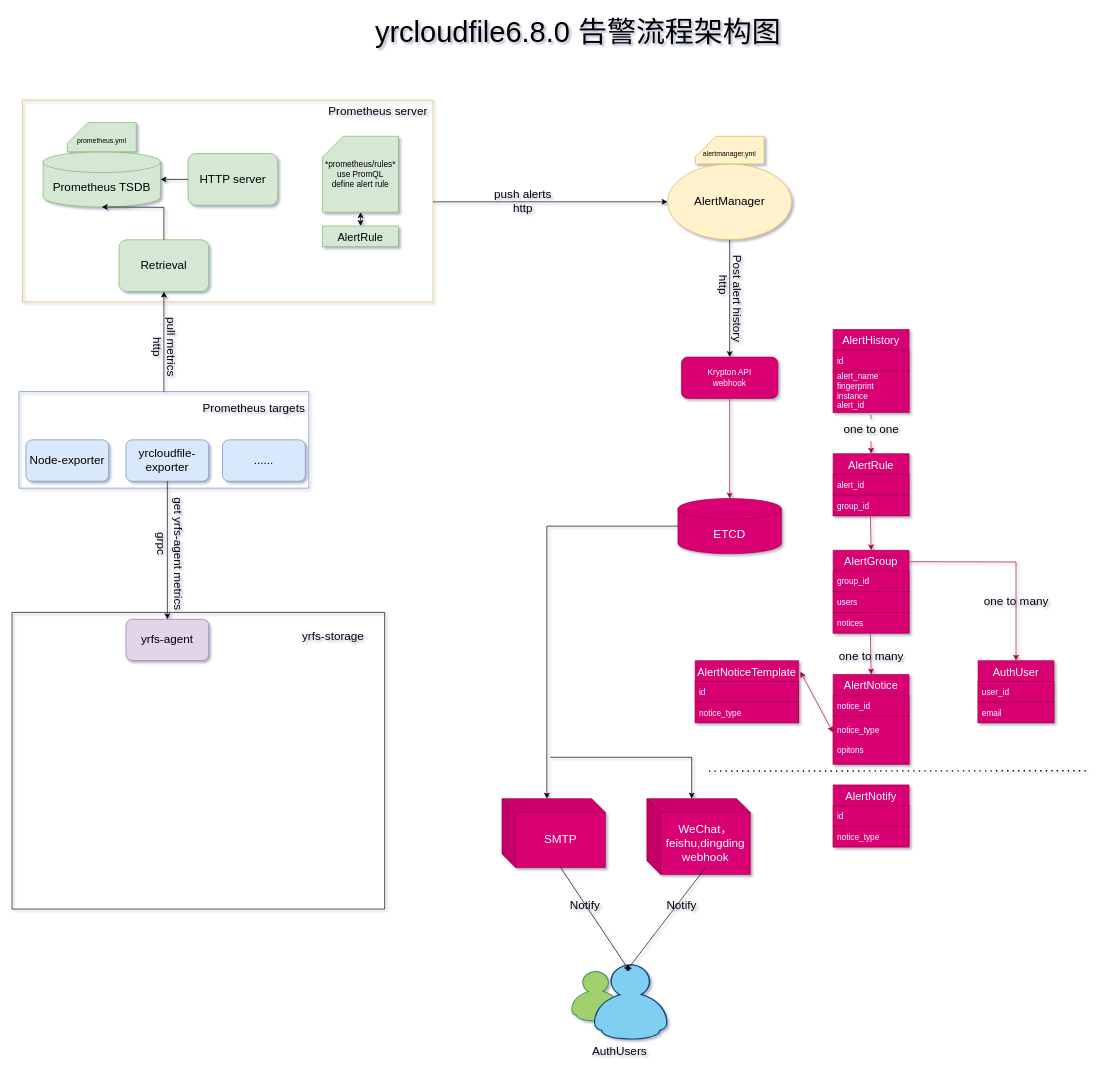
This is Prometheus-Alert-Notify.drawio from yihezhou/diagrams, a draw.io file, before an edit. Source tidied: cells renumbered, new cells numbered last; positions are measured from the earlier drawing's top-left corner, leaving out a move shared by most shapes. Both pictures are drawn from the tidied source at 69%, with x=0, y=0 at pixel (12, 12).
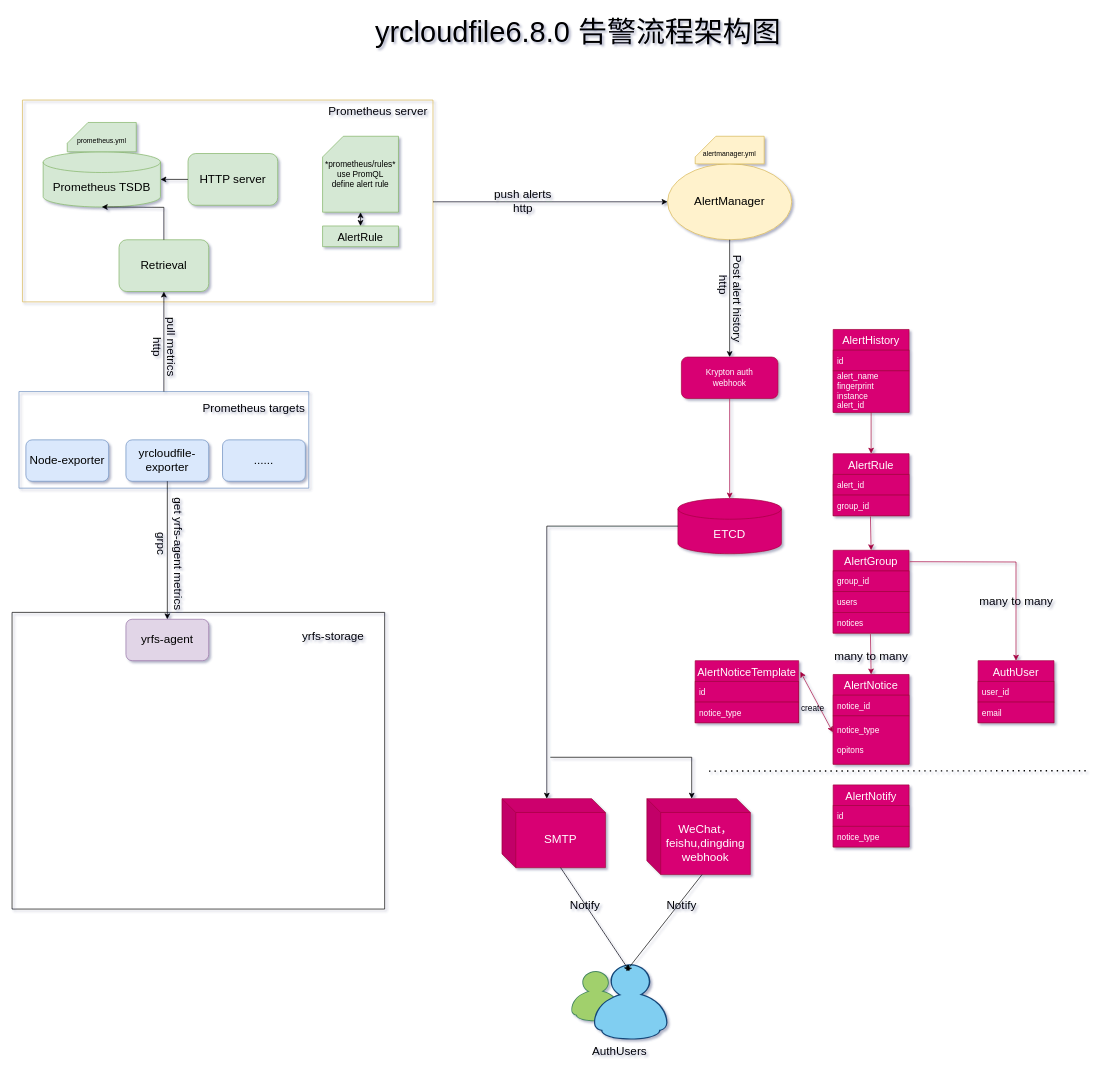
Above is the later version.

The change refers to these unchanged cells:
```xml
<mxCell id="18" value="AlertRule" style="swimlane;fontStyle=0;horizontal=1;startSize=30;fontSize=16;fillColor=#d80073;fontColor=#ffffff;strokeColor=#A50040;" parent="1" vertex="1">
  <mxGeometry x="1190" y="640" width="110" height="90" as="geometry" />
</mxCell>
<mxCell id="63" value="AlertHistory" style="swimlane;fontStyle=0;horizontal=1;startSize=30;fontSize=16;fillColor=#d80073;fontColor=#ffffff;strokeColor=#A50040;" parent="1" vertex="1">
  <mxGeometry x="1190" y="460" width="110" height="120" as="geometry" />
</mxCell>
<mxCell id="65" value="alert_name&#10;fingerprint&#10;instance&#10;alert_id&#10;" style="text;strokeColor=#A50040;fillColor=#d80073;align=left;verticalAlign=middle;spacingLeft=4;spacingRight=4;overflow=hidden;points=[[0,0.5],[1,0.5]];portConstraint=eastwest;fontSize=12;fontColor=#ffffff;" parent="63" vertex="1">
  <mxGeometry y="60" width="110" height="60" as="geometry" />
</mxCell>
<mxCell id="76" value="WeChat，feishu,dingding&lt;br&gt;webhook" style="shape=cube;whiteSpace=wrap;html=1;boundedLbl=1;backgroundOutline=1;darkOpacity=0.05;darkOpacity2=0.1;fontSize=17;fillColor=#d80073;fontColor=#ffffff;strokeColor=#A50040;" parent="1" vertex="1">
  <mxGeometry x="920" y="1140" width="150" height="110" as="geometry" />
</mxCell>
```

Change to the diagram source:
```diff
@@
-    <mxCell id="25" value="Krypton API&lt;br&gt;webhook" style="rounded=1;whiteSpace=wrap;html=1;fontSize=12;fillColor=#d80073;fontColor=#ffffff;strokeColor=#A50040;" parent="1" vertex="1">
+    <mxCell id="25" value="Krypton auth&lt;br&gt;webhook" style="rounded=1;whiteSpace=wrap;html=1;fontSize=12;fillColor=#d80073;fontColor=#ffffff;strokeColor=#A50040;" parent="1" vertex="1">
       <mxGeometry x="970" y="500" width="140" height="60" as="geometry" />
     </mxCell>
@@
-    <mxCell id="53" value="one to many" style="text;html=1;align=center;verticalAlign=middle;fontSize=17;" parent="1" vertex="1">
-      <mxGeometry x="1190" y="920" width="110" height="30" as="geometry" />
+    <mxCell id="53" value="many to many" style="text;html=1;align=center;verticalAlign=middle;fontSize=17;" parent="1" vertex="1">
+      <mxGeometry x="1185" y="920" width="120" height="30" as="geometry" />
     </mxCell>
@@
-    <mxCell id="55" value="one to many" style="text;html=1;align=center;verticalAlign=middle;fontSize=17;" parent="1" vertex="1">
-      <mxGeometry x="1400" y="840" width="110" height="30" as="geometry" />
+    <mxCell id="55" value="many to many" style="text;html=1;align=center;verticalAlign=middle;fontSize=17;" parent="1" vertex="1">
+      <mxGeometry x="1395" y="840" width="120" height="30" as="geometry" />
     </mxCell>
@@
-    <mxCell id="66" style="endArrow=classic;html=1;rounded=0;fontSize=17;entryX=0.5;entryY=0;entryDx=0;entryDy=0;exitX=0.498;exitY=1.063;exitDx=0;exitDy=0;exitPerimeter=0;startArrow=none;fillColor=#d80073;strokeColor=#A50040;" parent="1" edge="1" source="67" target="18">
+    <mxCell id="66" style="endArrow=classic;html=1;rounded=0;fontSize=17;entryX=0.5;entryY=0;entryDx=0;entryDy=0;exitX=0.5;exitY=1;exitDx=0;exitDy=0;startArrow=none;fillColor=#d80073;strokeColor=#A50040;" parent="1" edge="1" source="63" target="18">
       <mxGeometry relative="1" as="geometry" />
     </mxCell>
-    <mxCell id="67" value="one to one" style="text;html=1;align=center;verticalAlign=middle;points=[];fontSize=17;" parent="1" vertex="1">
-      <mxGeometry x="1195" y="590" width="100" height="30" as="geometry" />
-    </mxCell>
-    <mxCell id="68" style="endArrow=none;html=1;rounded=0;fontSize=17;entryX=0.5;entryY=0;entryDx=0;entryDy=0;exitX=0.498;exitY=1.063;exitDx=0;exitDy=0;exitPerimeter=0;fillColor=#d80073;strokeColor=#A50040;" parent="1" edge="1" source="65" target="67">
-      <mxGeometry relative="1" as="geometry" />
-    </mxCell>
@@
-    <mxCell id="77" style="endArrow=classic;html=1;rounded=0;fontSize=17;exitX=0;exitY=0;exitDx=85;exitDy=100;exitPerimeter=0;" parent="1" edge="1" source="76">
+    <mxCell id="77" style="endArrow=classic;html=1;rounded=0;fontSize=17;" parent="1" edge="1">
       <mxGeometry relative="1" as="geometry">
+        <mxPoint x="1000" y="1250" as="sourcePoint" />
         <mxPoint x="890" y="1390" as="targetPoint" />
       </mxGeometry>
     </mxCell>
@@
+    <mxCell id="80" value="create" style="text;html=1;align=center;verticalAlign=middle;strokeColor=none;fillColor=none;" parent="1" vertex="1">
+      <mxGeometry x="1135" y="1000" width="50" height="20" as="geometry" />
+    </mxCell>
```
